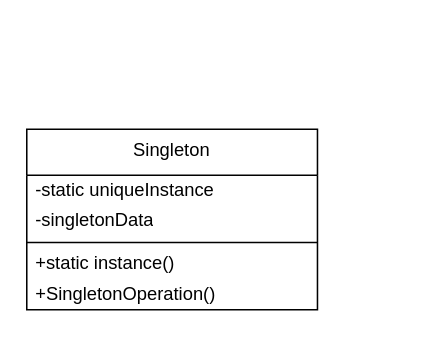
gastonjavierricchiardi/ejercicios-csharp-utn-2026 keeps this draw.io diagram as ApartadoPatrones/01-Creacionales-01-Singleton/singleton.dio. Above is the earlier version. Source tidied: cells renumbered, new cells numbered last; positions are measured from the earlier drawing's top-left corner, leaving out a move shared by most shapes. Both pictures are drawn from the tidied source at 153%, with x=0, y=0 at pixel (26, 129).
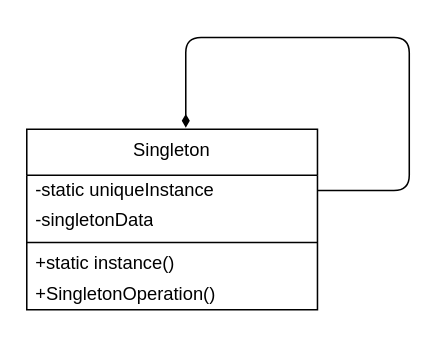
The same page after the edit.

Diff of the diagram source:
```diff
@@
 <mxGraphModel background="light-dark(#FFFFFF,#121212)">
   <root>
     <mxCell id="0" />
     <mxCell id="1" parent="0" />
     <mxCell id="2" value="Singleton" style="swimlane;fontStyle=0;align=center;verticalAlign=top;horizontal=1;startSize=30;html=1;whiteSpace=wrap;" parent="1" vertex="1">
       <mxGeometry width="190" height="118" as="geometry" />
     </mxCell>
     <mxCell id="3" value="-static uniqueInstance" style="text;html=1;strokeColor=none;fillColor=none;align=left;verticalAlign=middle;spacingLeft=4;spacingRight=4;overflow=hidden;points=[[0,0.5],[1,0.5]];portConstraint=eastwest;whiteSpace=wrap;" parent="2" vertex="1">
       <mxGeometry y="30" width="190" height="20" as="geometry" />
     </mxCell>
     <mxCell id="4" value="-singletonData" style="text;html=1;strokeColor=none;fillColor=none;align=left;verticalAlign=middle;spacingLeft=4;spacingRight=4;overflow=hidden;whiteSpace=wrap;" parent="2" vertex="1">
       <mxGeometry y="50" width="190" height="20" as="geometry" />
     </mxCell>
     <mxCell id="5" style="line;strokeWidth=1;fillColor=none;align=left;verticalAlign=middle;spacingTop=-1;spacingLeft=3;spacingRight=3;labelPosition=right;" parent="2" vertex="1">
       <mxGeometry y="70" width="190" height="8" as="geometry" />
     </mxCell>
     <mxCell id="6" value="+static instance()" style="text;html=1;strokeColor=none;fillColor=none;align=left;verticalAlign=middle;spacingLeft=4;spacingRight=4;overflow=hidden;whiteSpace=wrap;" parent="2" vertex="1">
       <mxGeometry y="78" width="190" height="20" as="geometry" />
     </mxCell>
     <mxCell id="7" value="+SingletonOperation()" style="text;html=1;strokeColor=none;fillColor=none;align=left;verticalAlign=middle;spacingLeft=4;spacingRight=4;overflow=hidden;whiteSpace=wrap;" parent="2" vertex="1">
       <mxGeometry y="98" width="190" height="20" as="geometry" />
     </mxCell>
+    <mxCell id="8" style="edgeStyle=none;html=1;entryX=0.547;entryY=-0.009;entryDx=0;entryDy=0;entryPerimeter=0;endArrow=diamondThin;endFill=1;" parent="2" edge="1" source="3" target="2">
+      <mxGeometry x="-0.17" relative="1" as="geometry">
+        <Array as="points">
+          <mxPoint x="250" y="40" />
+          <mxPoint x="250" y="-10" />
+          <mxPoint x="250" y="-60" />
+          <mxPoint x="103.9" y="-60" />
+        </Array>
+      </mxGeometry>
+    </mxCell>
   </root>
 </mxGraphModel>
```
